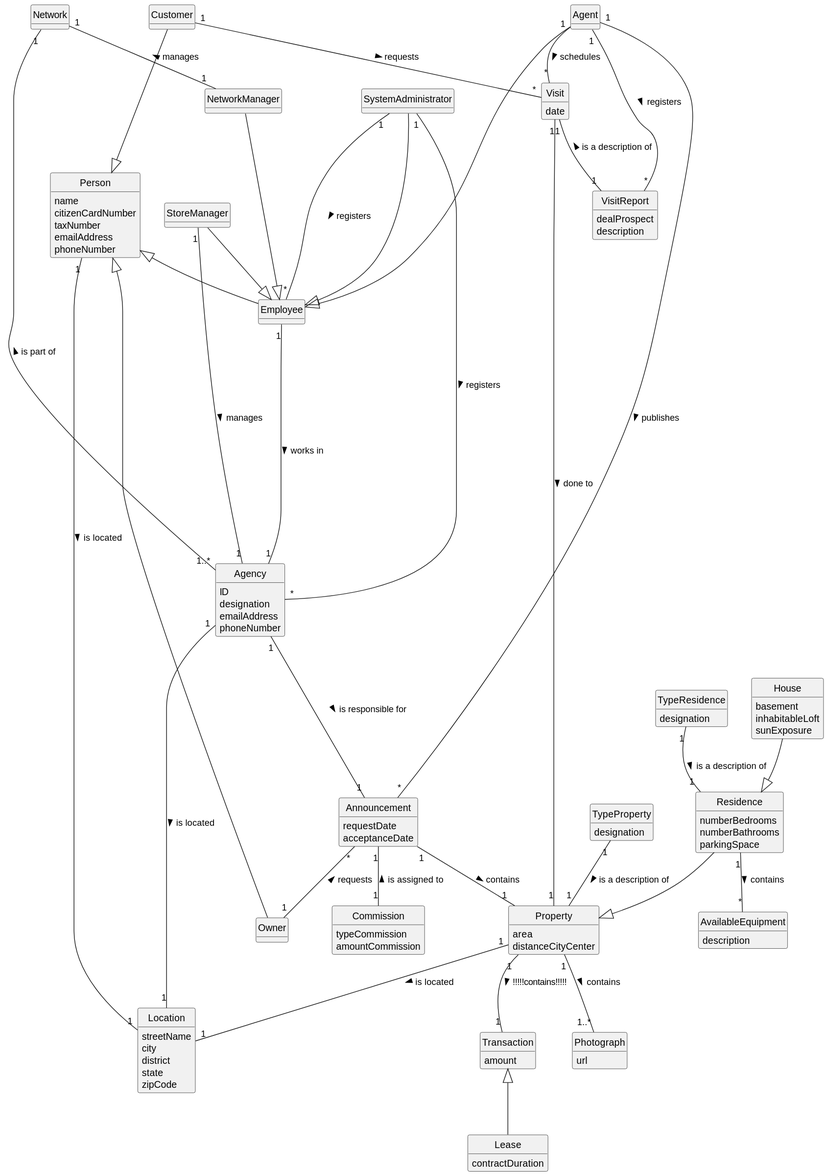
This is docs/sprintB/global-artifacts/02.analysis/svg/project-domain-model.svg from rita-barbosa/LAPR2-2223, a PlantUML export, as it was before one commit.
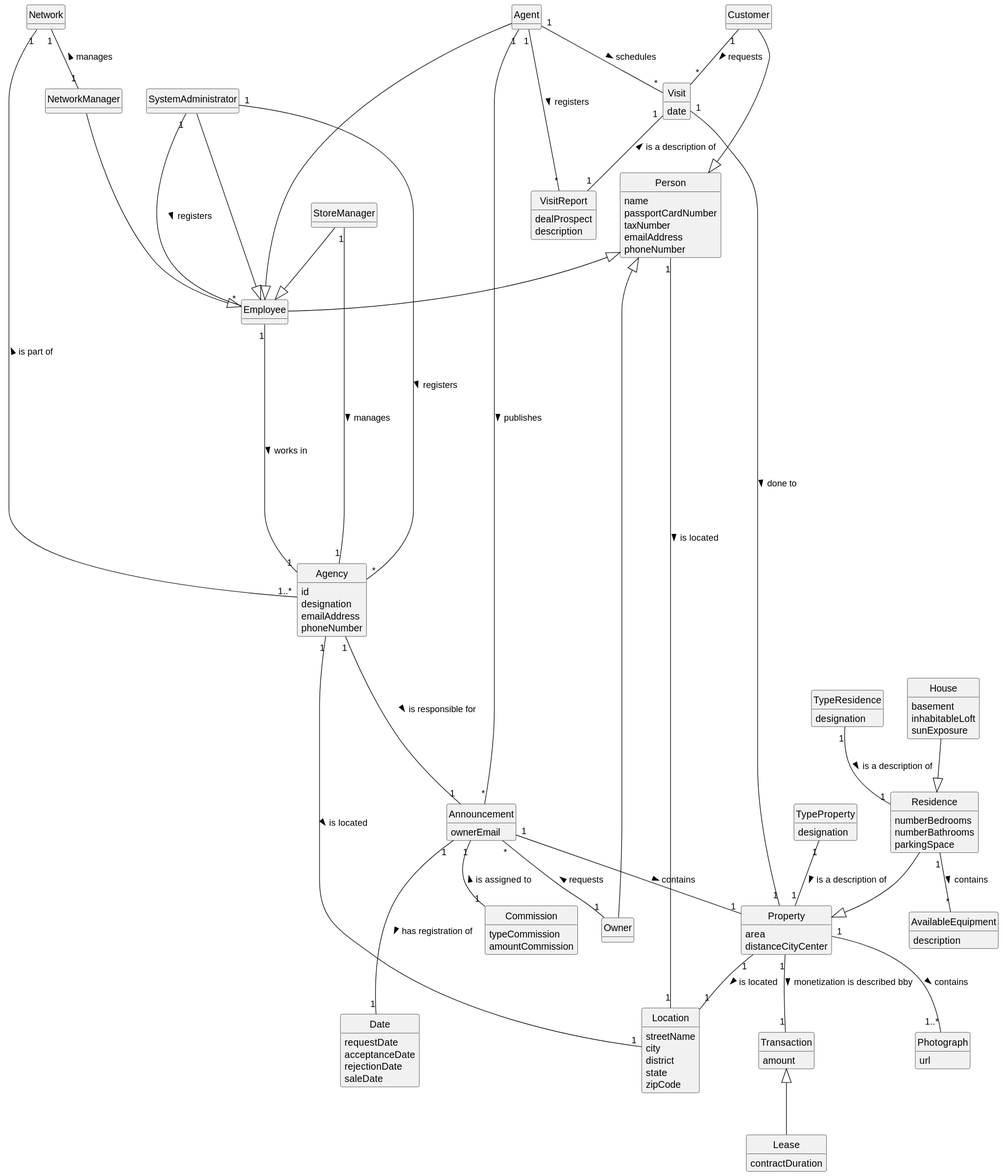
After the change.

Commit message:
Update of domain model [Global Artifacts][Design]

Diff of the diagram source:
```diff
@@ -12,7 +12,7 @@
 }
 
 class Agency {
-ID
+id
 designation
 emailAddress
 phoneNumber
@@ -23,7 +23,7 @@
 
 class Person{
 name
-citizenCardNumber
+passportCardNumber
 taxNumber
 emailAddress
 phoneNumber
@@ -44,10 +44,15 @@
 class NetworkManager{
 }
 class Announcement{
+ownerEmail
+
+}
+class Date {
 requestDate
 acceptanceDate
+rejectionDate
+saleDate
 }
-
 class Visit{
 date
 }
@@ -131,11 +136,12 @@
 TypeResidence "1" -- "1" Residence: is a description of >
 Property "1" -- "1..*" Photograph: contains >
 Property "1"--"1" Location: is located  >
-Property "1" -- "1" Transaction: !!!!!contains!!!!! >
+Property "1" -- "1" Transaction: monetization is described bby >
 Transaction <|-- Lease
 Person "1" ---- "1" Location: is located >
 Agency "1" ---- "1" Location: is located >
 Residence "1" -- "*"AvailableEquipment: contains >
 Announcement "1" -- "1" Commission: is assigned to <
 Agency "1" --- "1" Announcement: is responsible for >
+Announcement "1" --- "1" Date : has registration of >
 @enduml
```
